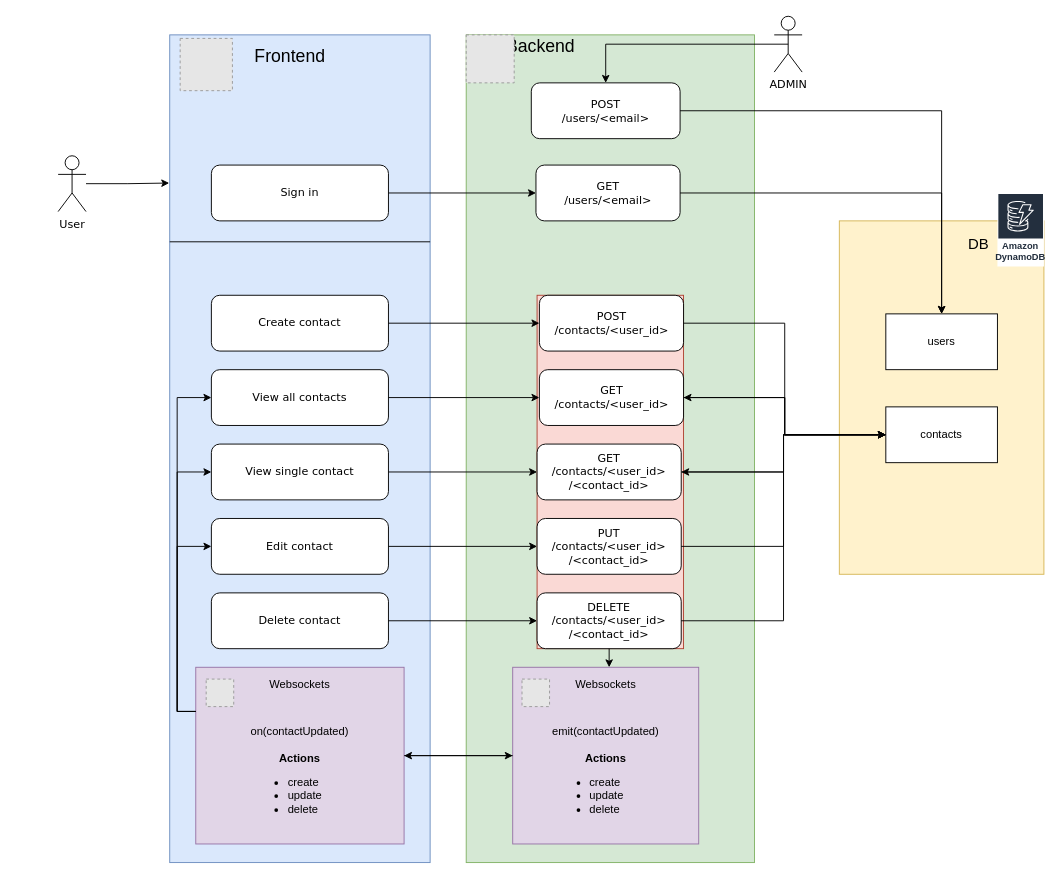
The draw.io diagram phonebook-app.drawio in smrishin/phonebook-app, before the edit. Source tidied: cells renumbered, new cells numbered last; positions are measured from the earlier drawing's top-left corner, leaving out a move shared by most shapes. Both pictures are drawn from the tidied source at 93%, with x=0, y=0 at pixel (58, 16). Pictures stored in the file or linked from it are replaced by grey dashed boxes.
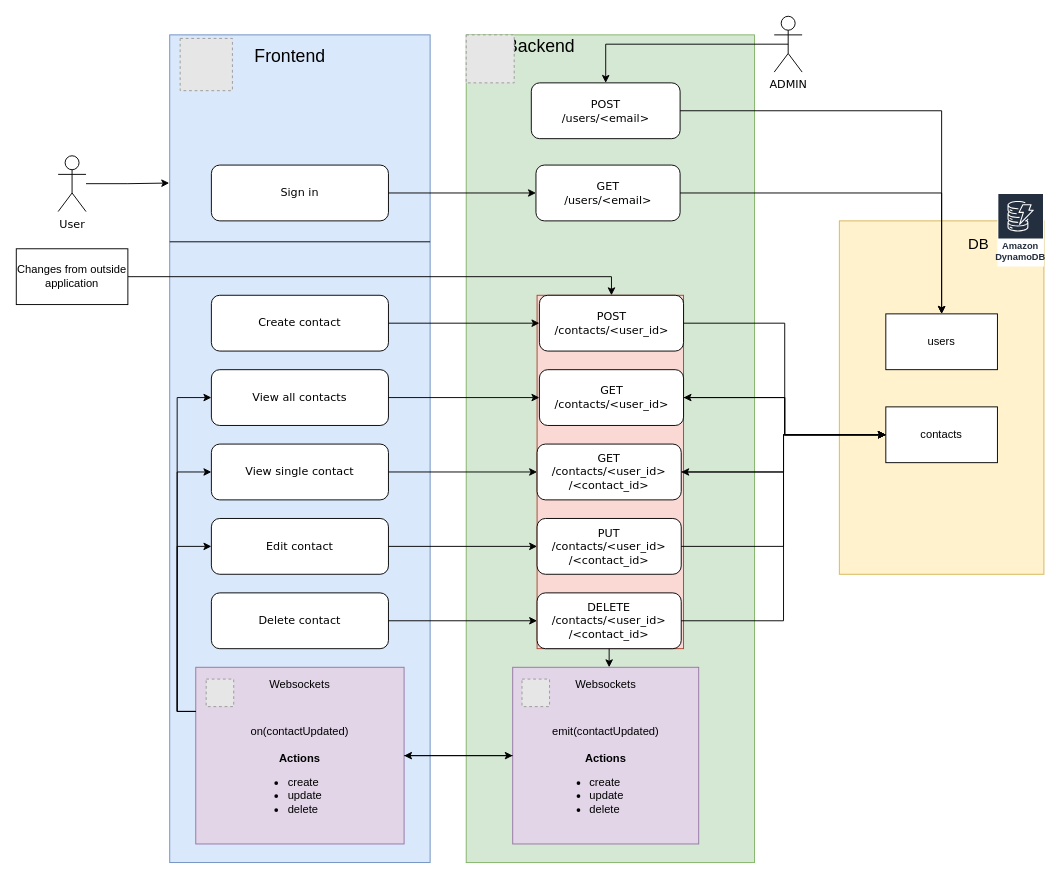
The same page after the edit.

Unchanged cells that the change refers to:
```xml
<mxCell id="38" value="POST&lt;div&gt;/contacts/&amp;lt;user_id&amp;gt;&lt;/div&gt;" style="rounded=1;whiteSpace=wrap;html=1;hachureGap=4;fontFamily=Verdana;" parent="37" vertex="1">
  <mxGeometry x="2.5" width="155" height="60" as="geometry" />
</mxCell>
```

The edit, as a diff of the source:
```diff
@@
+    <mxCell id="64" style="edgeStyle=orthogonalEdgeStyle;rounded=0;jettySize=auto;html=1;entryX=0.5;entryY=0;entryDx=0;entryDy=0;" parent="1" edge="1" source="65" target="38">
+      <mxGeometry relative="1" as="geometry" />
+    </mxCell>
+    <mxCell id="65" value="Changes from outside application" style="rounded=0;whiteSpace=wrap;html=1;" parent="1" vertex="1">
+      <mxGeometry x="-45" y="250" width="120" height="60" as="geometry" />
+    </mxCell>
```
